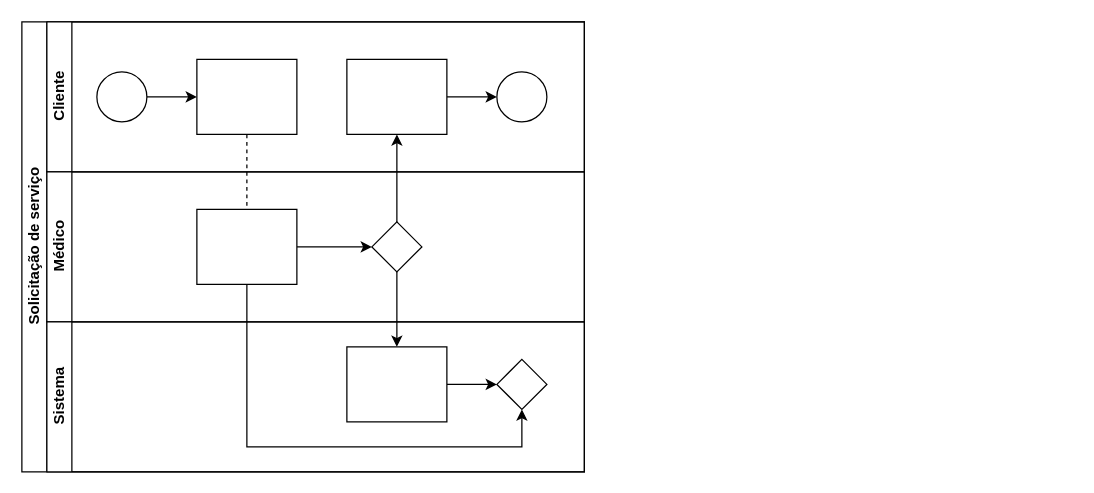
Before: Diagrama sem nome.drawio in Luan-Moreno/Health-Pocket, a draw.io diagram. Source tidied: cells renumbered, new cells numbered last; positions are measured from the earlier drawing's top-left corner, leaving out a move shared by most shapes. Both pictures are drawn from the tidied source at 125%, with x=0, y=0 at pixel (21, 21).
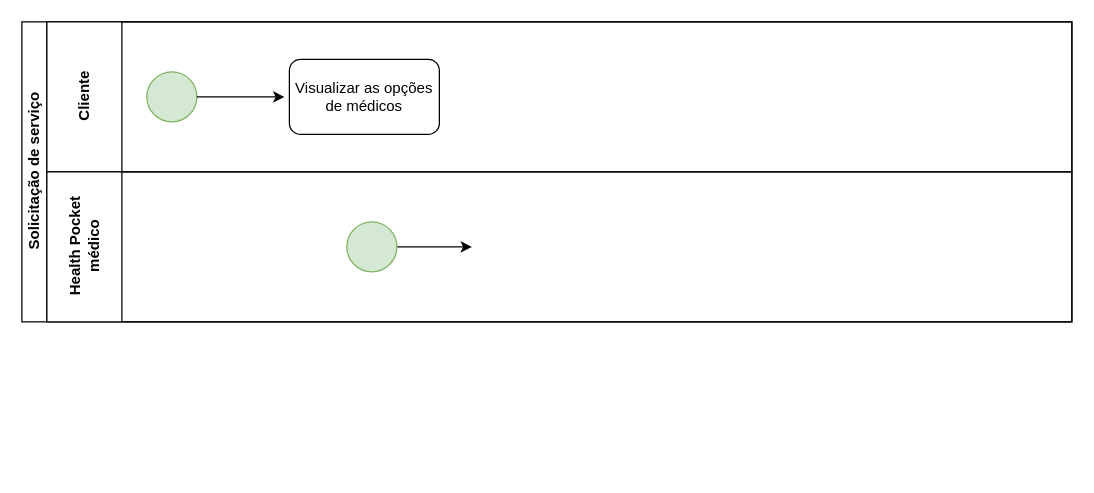
After the change.

Change to the diagram source:
```diff
@@
     <mxCell id="2" value="Solicitação de serviço" style="swimlane;html=1;horizontal=0;startSize=20;" parent="1" vertex="1">
-      <mxGeometry width="450" height="360" as="geometry" />
+      <mxGeometry width="840" height="240" as="geometry" />
     </mxCell>
-    <mxCell id="3" style="edgeStyle=orthogonalEdgeStyle;rounded=0;jettySize=auto;html=1;dashed=1;endArrow=none;endFill=0;" parent="2" edge="1" source="10" target="16">
-      <mxGeometry relative="1" as="geometry" />
-    </mxCell>
-    <mxCell id="4" style="edgeStyle=orthogonalEdgeStyle;rounded=0;jettySize=auto;html=1;endArrow=classic;endFill=1;" parent="2" edge="1" source="17" target="12">
-      <mxGeometry relative="1" as="geometry" />
-    </mxCell>
-    <mxCell id="5" style="edgeStyle=orthogonalEdgeStyle;rounded=0;jettySize=auto;html=1;endArrow=classic;endFill=1;" parent="2" edge="1" source="17" target="20">
-      <mxGeometry relative="1" as="geometry" />
+    <mxCell id="5" style="edgeStyle=orthogonalEdgeStyle;rounded=0;orthogonalLoop=1;jettySize=auto;html=1;endArrow=classic;endFill=1;" parent="2" edge="1">
+      <mxGeometry relative="1" as="geometry">
+        <mxPoint x="300" y="200" as="sourcePoint" />
+        <mxPoint x="300" y="200" as="targetPoint" />
+      </mxGeometry>
     </mxCell>
-    <mxCell id="6" style="edgeStyle=orthogonalEdgeStyle;rounded=0;jettySize=auto;html=1;endArrow=classic;endFill=1;" parent="2" edge="1" source="16" target="21">
-      <mxGeometry relative="1" as="geometry">
-        <Array as="points">
-          <mxPoint x="180" y="340" />
-          <mxPoint x="400" y="340" />
-        </Array>
-      </mxGeometry>
-    </mxCell>
-    <mxCell id="7" value="Cliente" style="swimlane;html=1;startSize=20;horizontal=0;" parent="2" vertex="1">
-      <mxGeometry x="20" width="430" height="120" as="geometry" />
+    <mxCell id="7" value="Cliente" style="swimlane;html=1;startSize=60;horizontal=0;" parent="2" vertex="1">
+      <mxGeometry x="20" width="820" height="120" as="geometry" />
     </mxCell>
-    <mxCell id="8" style="edgeStyle=orthogonalEdgeStyle;rounded=0;jettySize=auto;html=1;" parent="7" edge="1" source="9" target="10">
-      <mxGeometry relative="1" as="geometry" />
-    </mxCell>
-    <mxCell id="9" style="ellipse;whiteSpace=wrap;html=1;" parent="7" vertex="1">
-      <mxGeometry x="40" y="40" width="40" height="40" as="geometry" />
+    <mxCell id="9" style="ellipse;whiteSpace=wrap;html=1;fillColor=#d5e8d4;strokeColor=#82b366;" parent="7" vertex="1">
+      <mxGeometry x="80" y="40" width="40" height="40" as="geometry" />
     </mxCell>
-    <mxCell id="10" style="rounded=0;whiteSpace=wrap;html=1;fontFamily=Helvetica;fontSize=12;fontColor=#000000;align=center;" parent="7" vertex="1">
-      <mxGeometry x="120" y="30" width="80" height="60" as="geometry" />
-    </mxCell>
-    <mxCell id="11" style="edgeStyle=orthogonalEdgeStyle;rounded=0;jettySize=auto;html=1;endArrow=classic;endFill=1;" parent="7" edge="1" source="12" target="13">
-      <mxGeometry relative="1" as="geometry" />
-    </mxCell>
-    <mxCell id="12" style="rounded=0;whiteSpace=wrap;html=1;fontFamily=Helvetica;fontSize=12;fontColor=#000000;align=center;" parent="7" vertex="1">
-      <mxGeometry x="240" y="30" width="80" height="60" as="geometry" />
-    </mxCell>
-    <mxCell id="13" style="ellipse;whiteSpace=wrap;html=1;" parent="7" vertex="1">
-      <mxGeometry x="360" y="40" width="40" height="40" as="geometry" />
-    </mxCell>
-    <mxCell id="14" value="Médico" style="swimlane;html=1;startSize=20;horizontal=0;" parent="2" vertex="1">
-      <mxGeometry x="20" y="120" width="430" height="120" as="geometry" />
-    </mxCell>
-    <mxCell id="15" style="edgeStyle=orthogonalEdgeStyle;rounded=0;jettySize=auto;html=1;endArrow=classic;endFill=1;" parent="14" edge="1" source="16" target="17">
-      <mxGeometry relative="1" as="geometry" />
-    </mxCell>
-    <mxCell id="16" style="rounded=0;whiteSpace=wrap;html=1;fontFamily=Helvetica;fontSize=12;fontColor=#000000;align=center;" parent="14" vertex="1">
-      <mxGeometry x="120" y="30" width="80" height="60" as="geometry" />
-    </mxCell>
-    <mxCell id="17" style="rhombus;whiteSpace=wrap;html=1;fontFamily=Helvetica;fontSize=12;fontColor=#000000;align=center;" parent="14" vertex="1">
-      <mxGeometry x="260" y="40" width="40" height="40" as="geometry" />
-    </mxCell>
+    <mxCell id="22" style="endArrow=classic;html=1;rounded=0;" parent="7" edge="1">
+      <mxGeometry relative="1" as="geometry">
+        <mxPoint x="120" y="60" as="sourcePoint" />
+        <mxPoint x="190" y="60" as="targetPoint" />
+      </mxGeometry>
+    </mxCell>
+    <mxCell id="23" value="Visualizar as opções de médicos" style="rounded=1;whiteSpace=wrap;html=1;" parent="7" vertex="1">
+      <mxGeometry x="194" y="30" width="120" height="60" as="geometry" />
+    </mxCell>
-    <mxCell id="18" value="Sistema" style="swimlane;html=1;startSize=20;horizontal=0;" parent="2" vertex="1">
-      <mxGeometry x="20" y="240" width="430" height="120" as="geometry" />
+    <mxCell id="18" value="Health Pocket&lt;br&gt;médico" style="swimlane;html=1;startSize=60;horizontal=0;" parent="2" vertex="1">
+      <mxGeometry x="20" y="120" width="820" height="120" as="geometry" />
     </mxCell>
-    <mxCell id="19" style="edgeStyle=orthogonalEdgeStyle;rounded=0;jettySize=auto;html=1;endArrow=classic;endFill=1;" parent="18" edge="1" source="20" target="21">
-      <mxGeometry relative="1" as="geometry" />
-    </mxCell>
-    <mxCell id="20" style="rounded=0;whiteSpace=wrap;html=1;fontFamily=Helvetica;fontSize=12;fontColor=#000000;align=center;" parent="18" vertex="1">
-      <mxGeometry x="240" y="20" width="80" height="60" as="geometry" />
-    </mxCell>
-    <mxCell id="21" style="rhombus;whiteSpace=wrap;html=1;fontFamily=Helvetica;fontSize=12;fontColor=#000000;align=center;" parent="18" vertex="1">
-      <mxGeometry x="360" y="30" width="40" height="40" as="geometry" />
-    </mxCell>
+    <mxCell id="24" style="edgeStyle=orthogonalEdgeStyle;rounded=0;jettySize=auto;html=1;exitX=1;exitY=0.5;exitDx=0;exitDy=0;" parent="18" edge="1" source="25">
+      <mxGeometry relative="1" as="geometry">
+        <mxPoint x="340" y="60" as="targetPoint" />
+      </mxGeometry>
+    </mxCell>
+    <mxCell id="25" style="ellipse;whiteSpace=wrap;html=1;fillColor=#d5e8d4;strokeColor=#82b366;" parent="18" vertex="1">
+      <mxGeometry x="240" y="40" width="40" height="40" as="geometry" />
+    </mxCell>
```
